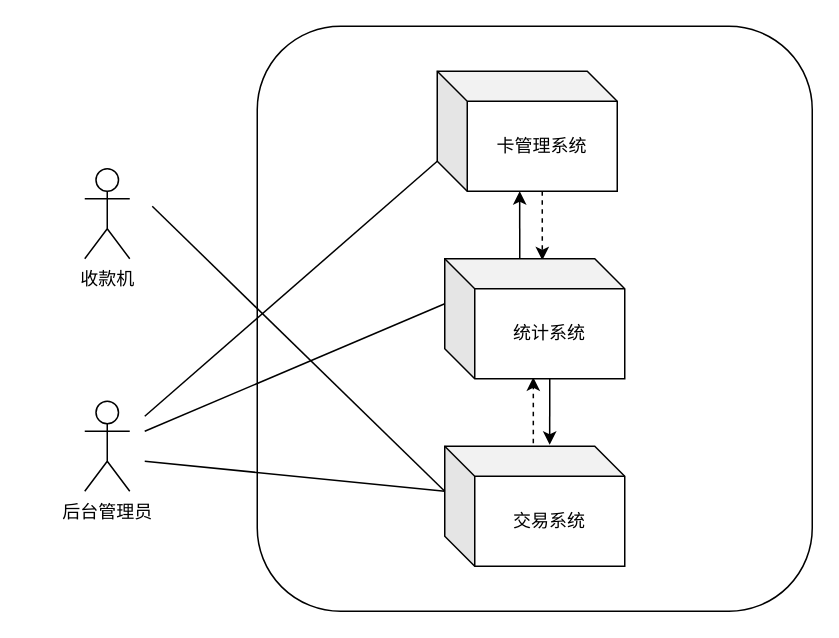
Earlier version of the draw.io diagram time.geekbang/系统用例图.drawio (chenlongqiang/draw.io). Source tidied: cells renumbered, new cells numbered last; positions are measured from the earlier drawing's top-left corner, leaving out a move shared by most shapes. Both pictures are drawn from the tidied source at 150%, with x=0, y=0 at pixel (84, 26).
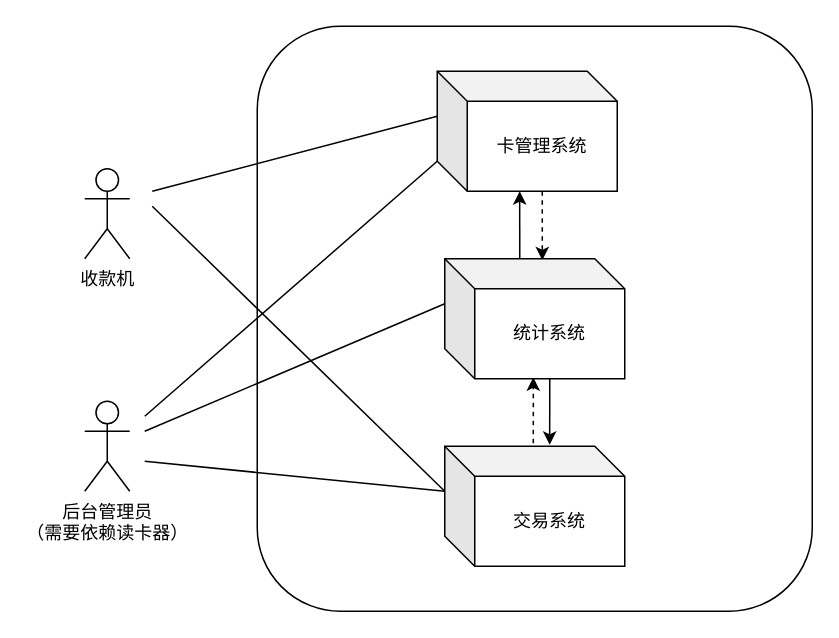
After the change.

Commit message:
更新系统用例图.drawio

Unchanged cells that the change refers to:
```xml
<mxCell id="4" value="卡管理系统" style="shape=cube;whiteSpace=wrap;html=1;boundedLbl=1;backgroundOutline=1;darkOpacity=0.05;darkOpacity2=0.1;labelBackgroundColor=none;" parent="1" vertex="1">
  <mxGeometry x="235" y="30" width="120" height="80" as="geometry" />
</mxCell>
```

Diff of the diagram source:
```diff
@@
-    <mxCell id="10" value="后台管理员" style="shape=umlActor;verticalLabelPosition=bottom;verticalAlign=top;html=1;" parent="1" vertex="1">
+    <mxCell id="10" value="后台管理员&lt;br&gt;（需要依赖读卡器）" style="shape=umlActor;verticalLabelPosition=bottom;verticalAlign=top;html=1;" parent="1" vertex="1">
       <mxGeometry y="250" width="30" height="60" as="geometry" />
     </mxCell>
@@
+    <mxCell id="16" style="endArrow=none;html=1;entryX=0;entryY=0;entryDx=0;entryDy=30;entryPerimeter=0;" parent="1" edge="1" target="4">
+      <mxGeometry relative="1" as="geometry">
+        <mxPoint x="45" y="110" as="sourcePoint" />
+      </mxGeometry>
+    </mxCell>
```
